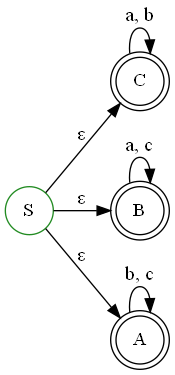
This is Chapter 06 NDFA/vizTool.png from morazanm/ATFL4CS-CODE, a Graphviz export, as it was before one commit. Its source is kept beside it as Chapter 06 NDFA/vizTool.dot.
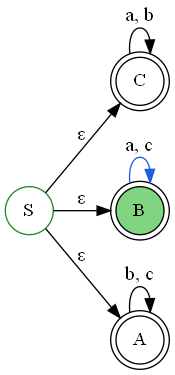
Later version of the same file.

What changed in the source:
```diff
@@ -1,13 +1,13 @@
 digraph G {
     rankdir="LR";
     C [label="C", shape="doublecircle", color="black"];
-    B [label="B", shape="doublecircle", color="black"];
+    B [label="B", fillcolor="#00ab037F", style="filled", shape="doublecircle"];
     A [label="A", shape="doublecircle", color="black"];
     S [label="S", shape="circle", color="forestgreen"];
     S -> A [label="ε", fontsize=15];
     S -> B [label="ε", fontsize=15];
     S -> C [label="ε", fontsize=15];
     A -> A [label="b, c", fontsize=15];
-    B -> B [label="a, c", fontsize=15];
+    B -> B [color="#215dde", fontsize=15, label="a, c"];
     C -> C [label="a, b", fontsize=15];
 }
```
